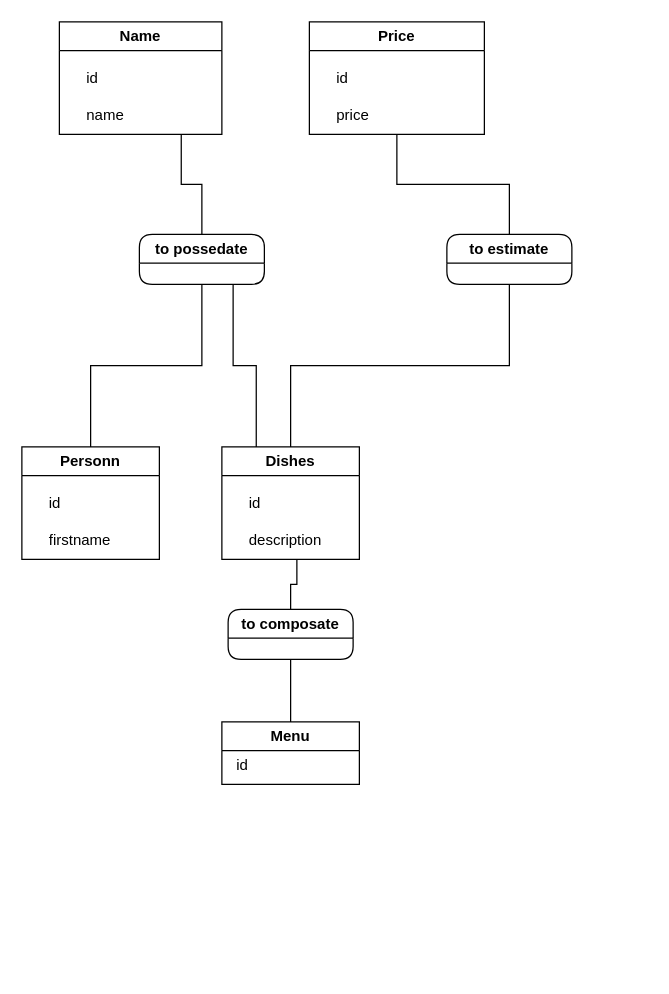
The draw.io diagram test.drawio in Aloeverras/mcd_destock, before the edit. Source tidied: cells renumbered, new cells numbered last; positions are measured from the earlier drawing's top-left corner, leaving out a move shared by most shapes. Both pictures are drawn from the tidied source at 125%, with x=0, y=0 at pixel (21, 21).
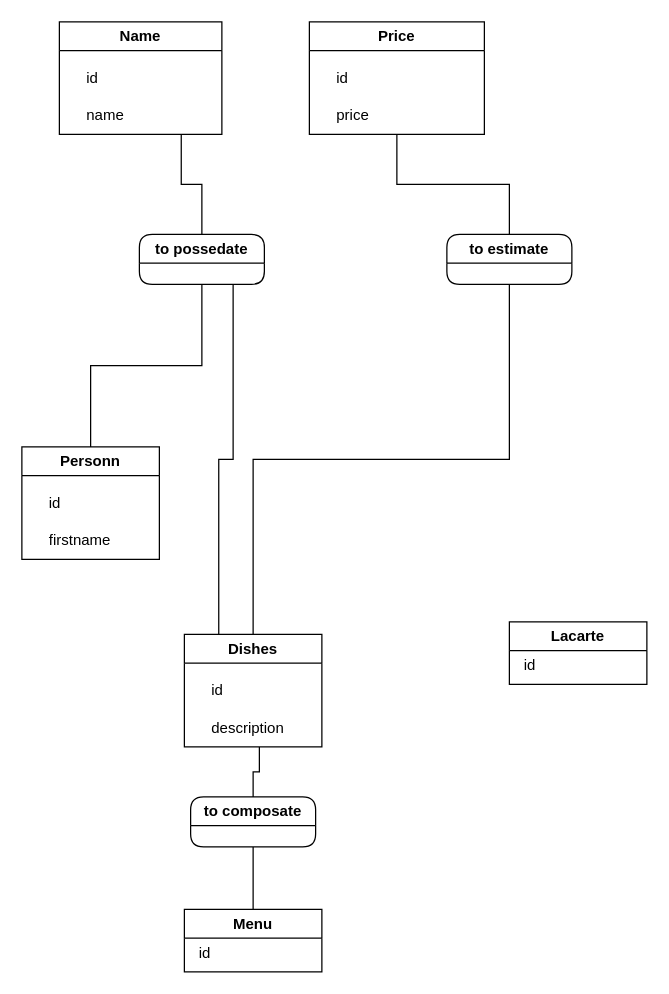
The same diagram, later.

Commit message (it also covers changes not shown here):
Mettre à jour test.drawio

Change to the diagram source:
```diff
@@
     <mxCell id="18" value="Dishes" style="swimlane;whiteSpace=wrap;html=1;" parent="1" vertex="1">
-      <mxGeometry x="160" y="340" width="110" height="90" as="geometry" />
+      <mxGeometry x="130" y="490" width="110" height="90" as="geometry" />
     </mxCell>
@@
     <mxCell id="21" value="Menu" style="swimlane;whiteSpace=wrap;html=1;" parent="1" vertex="1">
-      <mxGeometry x="160" y="560" width="110" height="50" as="geometry" />
+      <mxGeometry x="130" y="710" width="110" height="50" as="geometry" />
     </mxCell>
@@
     <mxCell id="24" value="to composate" style="swimlane;whiteSpace=wrap;html=1;rounded=1;" parent="1" vertex="1">
-      <mxGeometry x="165" y="470" width="100" height="40" as="geometry" />
+      <mxGeometry x="135" y="620" width="100" height="40" as="geometry" />
     </mxCell>
@@
+    <mxCell id="26" value="Lacarte" style="swimlane;whiteSpace=wrap;html=1;" parent="1" vertex="1">
+      <mxGeometry x="390" y="480" width="110" height="50" as="geometry" />
+    </mxCell>
+    <mxCell id="27" value="id" style="text;html=1;align=left;verticalAlign=middle;strokeColor=none;fillColor=none;" parent="26" vertex="1">
+      <mxGeometry x="10" y="20" width="30" height="30" as="geometry" />
+    </mxCell>
```
